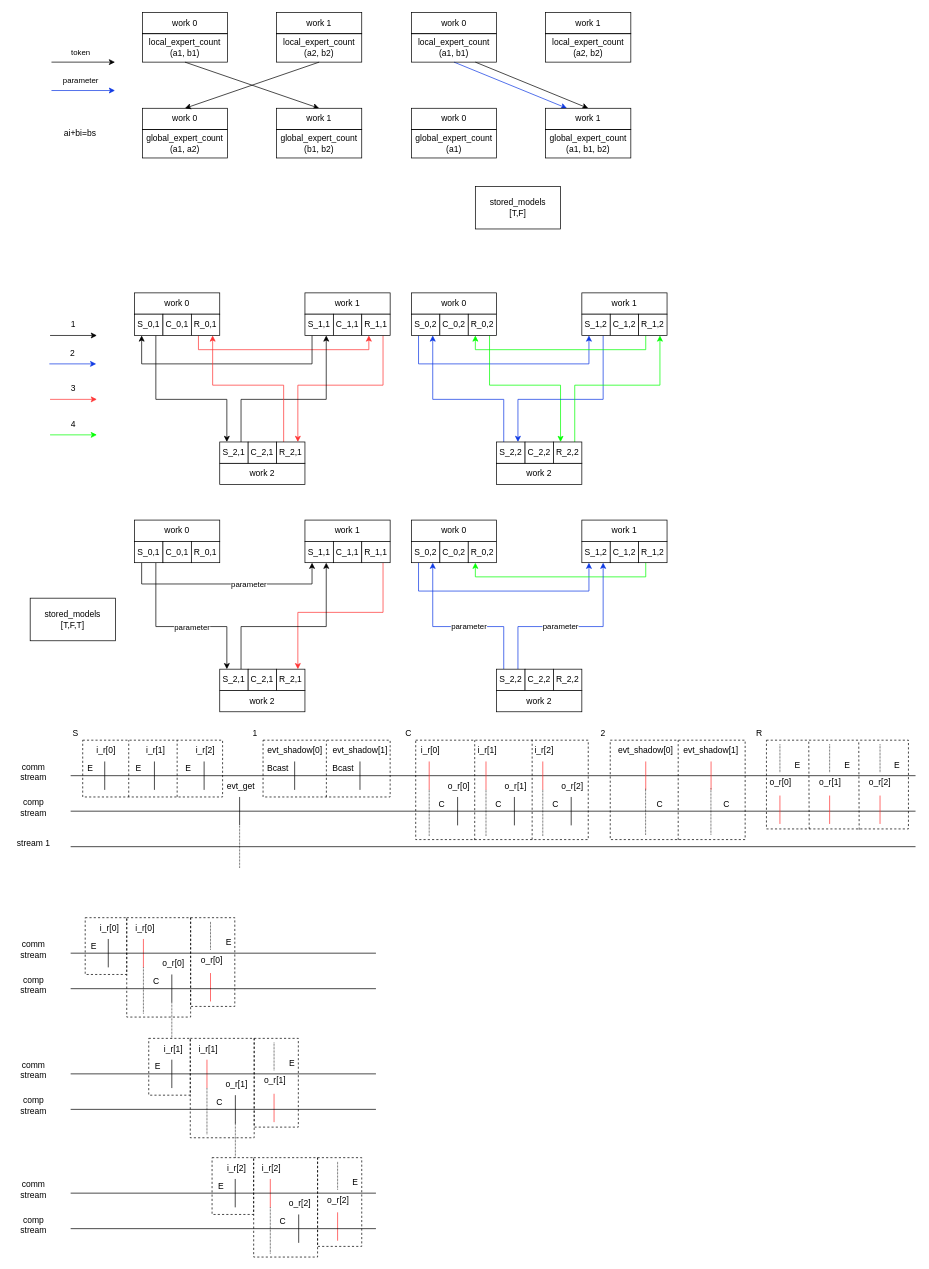
The draw.io diagram page "第 3 页" (3 of 3) of Untitled Diagram.drawio in htliang25/picture, before the edit. Source tidied: cells renumbered, new cells numbered last; positions are measured from the earlier drawing's top-left corner, leaving out a move shared by most shapes. Both pictures are drawn from the tidied source at 71%, with x=0, y=0 at pixel (12, 12).
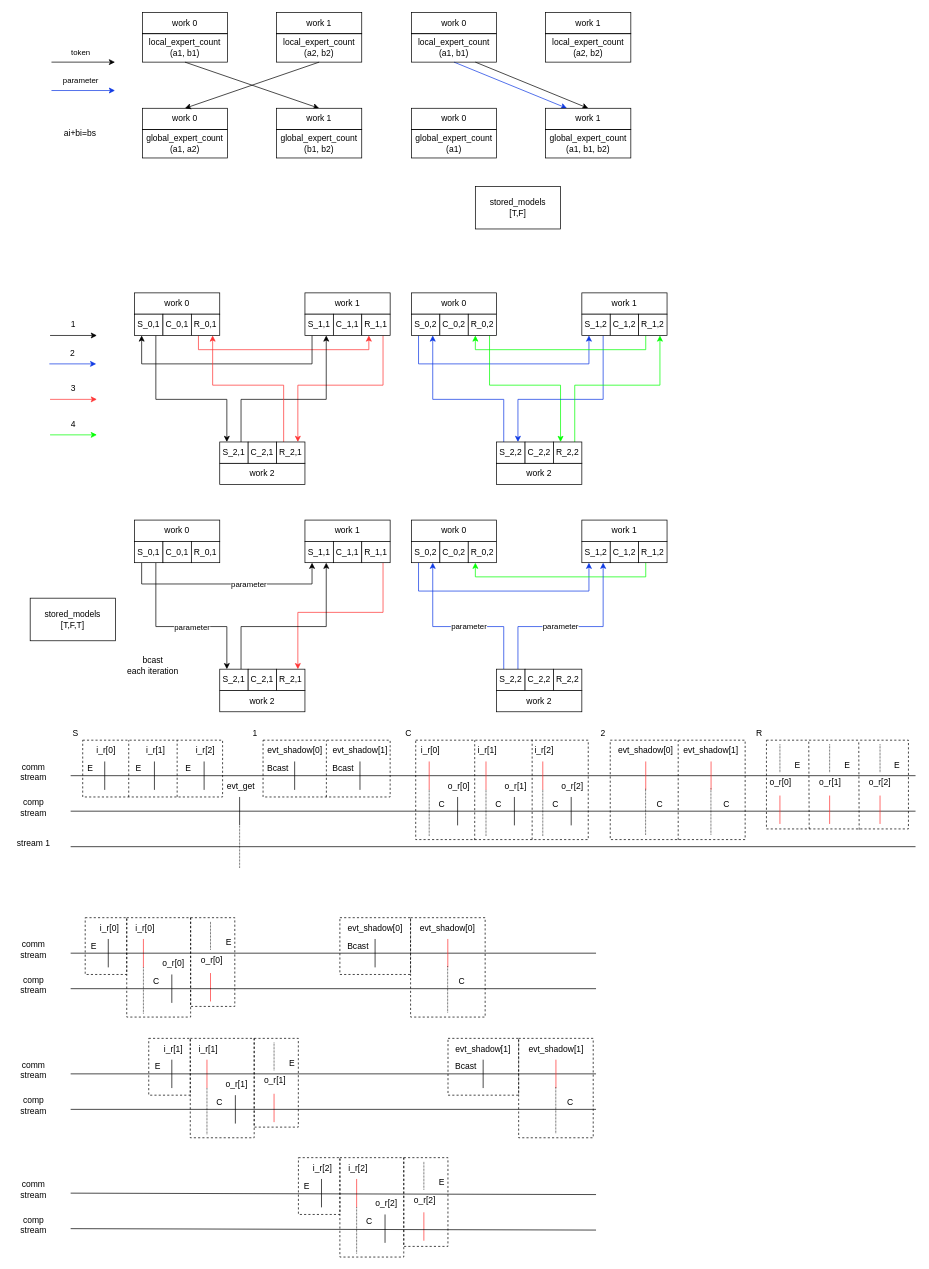
The same diagram, later.

What changed in the source:
```diff
@@
+    <mxCell id="250" style="rounded=0;whiteSpace=wrap;html=1;labelBackgroundColor=none;fillColor=none;dashed=1;" parent="1" vertex="1">
+      <mxGeometry x="713" y="1445" width="105" height="140" as="geometry" />
+    </mxCell>
+    <mxCell id="251" style="rounded=0;whiteSpace=wrap;html=1;labelBackgroundColor=none;fillColor=none;dashed=1;" parent="1" vertex="1">
+      <mxGeometry x="613.5" y="1445" width="99.5" height="80" as="geometry" />
+    </mxCell>
+    <mxCell id="179" style="rounded=0;whiteSpace=wrap;html=1;labelBackgroundColor=none;fillColor=none;dashed=1;" parent="1" vertex="1">
+      <mxGeometry x="842" y="1025" width="190" height="140" as="geometry" />
+    </mxCell>
+    <mxCell id="177" style="rounded=0;whiteSpace=wrap;html=1;labelBackgroundColor=none;fillColor=none;dashed=1;" parent="1" vertex="1">
+      <mxGeometry x="353" y="1025" width="179" height="80" as="geometry" />
+    </mxCell>
@@
-    <mxCell id="177" style="rounded=0;whiteSpace=wrap;html=1;labelBackgroundColor=none;fillColor=none;dashed=1;" parent="1" vertex="1">
-      <mxGeometry x="353" y="1025" width="179" height="80" as="geometry" />
-    </mxCell>
@@
-    <mxCell id="179" style="rounded=0;whiteSpace=wrap;html=1;labelBackgroundColor=none;fillColor=none;dashed=1;" parent="1" vertex="1">
-      <mxGeometry x="842" y="1025" width="190" height="140" as="geometry" />
-    </mxCell>
@@
     <mxCell id="220" style="rounded=0;whiteSpace=wrap;html=1;labelBackgroundColor=none;fillColor=none;dashed=1;" parent="1" vertex="1">
-      <mxGeometry x="339.8" y="1613" width="90" height="140" as="geometry" />
+      <mxGeometry x="461.2" y="1613" width="90" height="140" as="geometry" />
     </mxCell>
     <mxCell id="221" style="rounded=0;whiteSpace=wrap;html=1;labelBackgroundColor=none;fillColor=none;dashed=1;" parent="1" vertex="1">
-      <mxGeometry x="281.2" y="1613" width="58.5" height="80" as="geometry" />
+      <mxGeometry x="402.8" y="1613" width="58.5" height="80" as="geometry" />
     </mxCell>
     <mxCell id="222" style="endArrow=none;html=1;rounded=0;strokeColor=#000000;" parent="1" edge="1">
       <mxGeometry relative="1" as="geometry">
-        <mxPoint x="313.8" y="1683" as="sourcePoint" />
-        <mxPoint x="313.8" y="1643" as="targetPoint" />
+        <mxPoint x="435.3" y="1683" as="sourcePoint" />
+        <mxPoint x="435.3" y="1643" as="targetPoint" />
       </mxGeometry>
     </mxCell>
     <mxCell id="223" value="i_r[2]" style="text;html=1;strokeColor=none;fillColor=none;align=center;verticalAlign=middle;whiteSpace=wrap;rounded=0;labelBackgroundColor=none;" parent="1" vertex="1">
-      <mxGeometry x="285.8" y="1613" width="60" height="30" as="geometry" />
+      <mxGeometry x="407.2" y="1613" width="60" height="30" as="geometry" />
     </mxCell>
     <mxCell id="224" value="E" style="text;html=1;strokeColor=none;fillColor=none;align=center;verticalAlign=middle;whiteSpace=wrap;rounded=0;labelBackgroundColor=none;" parent="1" vertex="1">
-      <mxGeometry x="287.8" y="1643" width="12" height="20" as="geometry" />
+      <mxGeometry x="409.2" y="1643" width="12" height="20" as="geometry" />
     </mxCell>
     <mxCell id="225" style="endArrow=none;html=1;rounded=0;strokeColor=#000000;" parent="1" edge="1">
       <mxGeometry relative="1" as="geometry">
-        <mxPoint x="403.2" y="1733" as="sourcePoint" />
-        <mxPoint x="403.2" y="1693" as="targetPoint" />
+        <mxPoint x="524.8" y="1733" as="sourcePoint" />
+        <mxPoint x="524.8" y="1693" as="targetPoint" />
       </mxGeometry>
     </mxCell>
     <mxCell id="226" value="o_r[2]" style="text;html=1;strokeColor=none;fillColor=none;align=center;verticalAlign=middle;whiteSpace=wrap;rounded=0;labelBackgroundColor=none;" parent="1" vertex="1">
-      <mxGeometry x="375.2" y="1663" width="60" height="30" as="geometry" />
+      <mxGeometry x="496.8" y="1663" width="60" height="30" as="geometry" />
     </mxCell>
     <mxCell id="227" style="endArrow=none;html=1;rounded=0;strokeColor=#FF3333;" parent="1" edge="1">
       <mxGeometry relative="1" as="geometry">
-        <mxPoint x="363.2" y="1683" as="sourcePoint" />
-        <mxPoint x="363.2" y="1643" as="targetPoint" />
+        <mxPoint x="484.8" y="1683" as="sourcePoint" />
+        <mxPoint x="484.8" y="1643" as="targetPoint" />
       </mxGeometry>
     </mxCell>
     <mxCell id="228" value="i_r[2]" style="text;html=1;strokeColor=none;fillColor=none;align=center;verticalAlign=middle;whiteSpace=wrap;rounded=0;labelBackgroundColor=none;" parent="1" vertex="1">
-      <mxGeometry x="335.2" y="1613" width="60" height="30" as="geometry" />
+      <mxGeometry x="456.8" y="1613" width="60" height="30" as="geometry" />
     </mxCell>
     <mxCell id="229" value="C" style="text;html=1;strokeColor=none;fillColor=none;align=center;verticalAlign=middle;whiteSpace=wrap;rounded=0;labelBackgroundColor=none;" parent="1" vertex="1">
-      <mxGeometry x="375.2" y="1693" width="12" height="20" as="geometry" />
+      <mxGeometry x="496.8" y="1693" width="12" height="20" as="geometry" />
     </mxCell>
     <mxCell id="230" style="endArrow=none;dashed=1;html=1;rounded=0;strokeColor=#000000;dashPattern=1 1;" parent="1" edge="1">
       <mxGeometry relative="1" as="geometry">
-        <mxPoint x="363.2" y="1748" as="sourcePoint" />
-        <mxPoint x="363.2" y="1683" as="targetPoint" />
+        <mxPoint x="484.8" y="1748" as="sourcePoint" />
+        <mxPoint x="484.8" y="1683" as="targetPoint" />
       </mxGeometry>
     </mxCell>
     <mxCell id="231" style="rounded=0;whiteSpace=wrap;html=1;labelBackgroundColor=none;fillColor=none;dashed=1;" parent="1" vertex="1">
-      <mxGeometry x="429.8" y="1613" width="62.2" height="125" as="geometry" />
+      <mxGeometry x="551.2" y="1613" width="62.2" height="125" as="geometry" />
     </mxCell>
     <mxCell id="232" style="endArrow=none;html=1;rounded=0;strokeColor=#FF3333;" parent="1" edge="1">
       <mxGeometry relative="1" as="geometry">
-        <mxPoint x="458" y="1730" as="sourcePoint" />
-        <mxPoint x="458" y="1690" as="targetPoint" />
+        <mxPoint x="579.5" y="1730" as="sourcePoint" />
+        <mxPoint x="579.5" y="1690" as="targetPoint" />
       </mxGeometry>
     </mxCell>
     <mxCell id="233" value="o_r[2]" style="text;html=1;strokeColor=none;fillColor=none;align=center;verticalAlign=middle;whiteSpace=wrap;rounded=0;labelBackgroundColor=none;" parent="1" vertex="1">
-      <mxGeometry x="429.2" y="1658" width="60" height="30" as="geometry" />
+      <mxGeometry x="550.8" y="1658" width="60" height="30" as="geometry" />
     </mxCell>
     <mxCell id="234" style="endArrow=none;dashed=1;html=1;rounded=0;strokeColor=#000000;dashPattern=1 1;" parent="1" edge="1">
       <mxGeometry relative="1" as="geometry">
-        <mxPoint x="458" y="1658" as="sourcePoint" />
-        <mxPoint x="458" y="1618" as="targetPoint" />
+        <mxPoint x="579.5" y="1658" as="sourcePoint" />
+        <mxPoint x="579.5" y="1618" as="targetPoint" />
       </mxGeometry>
     </mxCell>
     <mxCell id="235" value="E" style="text;html=1;strokeColor=none;fillColor=none;align=center;verticalAlign=middle;whiteSpace=wrap;rounded=0;labelBackgroundColor=none;" parent="1" vertex="1">
-      <mxGeometry x="477.2" y="1638" width="12" height="20" as="geometry" />
+      <mxGeometry x="598.8" y="1638" width="12" height="20" as="geometry" />
     </mxCell>
     <mxCell id="236" style="endArrow=none;html=1;rounded=0;strokeColor=#000000;" parent="1" edge="1">
       <mxGeometry relative="1" as="geometry">
         <mxPoint x="82" y="1325" as="sourcePoint" />
-        <mxPoint x="512" y="1325" as="targetPoint" />
+        <mxPoint x="822" y="1325" as="targetPoint" />
       </mxGeometry>
     </mxCell>
@@
     <mxCell id="238" style="endArrow=none;html=1;rounded=0;strokeColor=#000000;" parent="1" edge="1">
       <mxGeometry relative="1" as="geometry">
         <mxPoint x="82" y="1375" as="sourcePoint" />
-        <mxPoint x="512" y="1375" as="targetPoint" />
+        <mxPoint x="822" y="1375" as="targetPoint" />
       </mxGeometry>
     </mxCell>
@@
-    <mxCell id="240" style="endArrow=none;dashed=1;html=1;rounded=0;strokeColor=#000000;dashPattern=1 1;" parent="1" edge="1">
-      <mxGeometry relative="1" as="geometry">
-        <mxPoint x="224.5" y="1445" as="sourcePoint" />
-        <mxPoint x="224.5" y="1395" as="targetPoint" />
-      </mxGeometry>
-    </mxCell>
-    <mxCell id="241" style="endArrow=none;dashed=1;html=1;rounded=0;strokeColor=#000000;dashPattern=1 1;" parent="1" edge="1">
-      <mxGeometry relative="1" as="geometry">
-        <mxPoint x="314" y="1613" as="sourcePoint" />
-        <mxPoint x="314" y="1563" as="targetPoint" />
-      </mxGeometry>
-    </mxCell>
     <mxCell id="242" style="endArrow=none;html=1;rounded=0;strokeColor=#000000;" parent="1" edge="1">
       <mxGeometry relative="1" as="geometry">
         <mxPoint x="82" y="1495" as="sourcePoint" />
-        <mxPoint x="512" y="1495" as="targetPoint" />
+        <mxPoint x="822" y="1495" as="targetPoint" />
       </mxGeometry>
     </mxCell>
@@
     <mxCell id="244" style="endArrow=none;html=1;rounded=0;strokeColor=#000000;" parent="1" edge="1">
       <mxGeometry relative="1" as="geometry">
         <mxPoint x="82" y="1545" as="sourcePoint" />
-        <mxPoint x="512" y="1545" as="targetPoint" />
+        <mxPoint x="822" y="1545" as="targetPoint" />
       </mxGeometry>
     </mxCell>
@@
     <mxCell id="246" style="endArrow=none;html=1;rounded=0;strokeColor=#000000;" parent="1" edge="1">
       <mxGeometry relative="1" as="geometry">
         <mxPoint x="82" y="1663" as="sourcePoint" />
-        <mxPoint x="512" y="1663" as="targetPoint" />
+        <mxPoint x="822" y="1665" as="targetPoint" />
       </mxGeometry>
     </mxCell>
@@
     <mxCell id="248" style="endArrow=none;html=1;rounded=0;strokeColor=#000000;" parent="1" edge="1">
       <mxGeometry relative="1" as="geometry">
         <mxPoint x="82" y="1713" as="sourcePoint" />
-        <mxPoint x="512" y="1713" as="targetPoint" />
+        <mxPoint x="822" y="1715" as="targetPoint" />
       </mxGeometry>
     </mxCell>
@@
+    <mxCell id="252" style="endArrow=none;html=1;rounded=0;strokeColor=#000000;" parent="1" edge="1">
+      <mxGeometry relative="1" as="geometry">
+        <mxPoint x="510.8" y="1345" as="sourcePoint" />
+        <mxPoint x="510.8" y="1305" as="targetPoint" />
+      </mxGeometry>
+    </mxCell>
+    <mxCell id="253" value="evt_shadow[0]" style="text;html=1;strokeColor=none;fillColor=none;align=center;verticalAlign=middle;whiteSpace=wrap;rounded=0;labelBackgroundColor=none;" parent="1" vertex="1">
+      <mxGeometry x="470.8" y="1275" width="80" height="30" as="geometry" />
+    </mxCell>
+    <mxCell id="254" value="Bcast" style="text;html=1;strokeColor=none;fillColor=none;align=center;verticalAlign=middle;whiteSpace=wrap;rounded=0;labelBackgroundColor=none;" parent="1" vertex="1">
+      <mxGeometry x="470.8" y="1305" width="32" height="20" as="geometry" />
+    </mxCell>
+    <mxCell id="255" style="rounded=0;whiteSpace=wrap;html=1;labelBackgroundColor=none;fillColor=none;dashed=1;" parent="1" vertex="1">
+      <mxGeometry x="461.2" y="1275" width="99.5" height="80" as="geometry" />
+    </mxCell>
+    <mxCell id="256" style="endArrow=none;html=1;rounded=0;strokeColor=#FF3333;" parent="1" edge="1">
+      <mxGeometry relative="1" as="geometry">
+        <mxPoint x="613.2" y="1345" as="sourcePoint" />
+        <mxPoint x="613.2" y="1305" as="targetPoint" />
+      </mxGeometry>
+    </mxCell>
+    <mxCell id="257" value="evt_shadow[0]" style="text;html=1;strokeColor=none;fillColor=none;align=center;verticalAlign=middle;whiteSpace=wrap;rounded=0;labelBackgroundColor=none;" parent="1" vertex="1">
+      <mxGeometry x="573.2" y="1275" width="80" height="30" as="geometry" />
+    </mxCell>
+    <mxCell id="258" style="endArrow=none;dashed=1;html=1;rounded=0;strokeColor=#000000;dashPattern=1 1;" parent="1" edge="1">
+      <mxGeometry relative="1" as="geometry">
+        <mxPoint x="613" y="1408.5" as="sourcePoint" />
+        <mxPoint x="613" y="1343.5" as="targetPoint" />
+      </mxGeometry>
+    </mxCell>
+    <mxCell id="259" value="C" style="text;html=1;strokeColor=none;fillColor=none;align=center;verticalAlign=middle;whiteSpace=wrap;rounded=0;labelBackgroundColor=none;" parent="1" vertex="1">
+      <mxGeometry x="627.2" y="1355" width="12" height="20" as="geometry" />
+    </mxCell>
+    <mxCell id="260" style="rounded=0;whiteSpace=wrap;html=1;labelBackgroundColor=none;fillColor=none;dashed=1;" parent="1" vertex="1">
+      <mxGeometry x="560.8" y="1275" width="105" height="140" as="geometry" />
+    </mxCell>
+    <mxCell id="261" style="endArrow=none;html=1;rounded=0;strokeColor=#000000;" parent="1" edge="1">
+      <mxGeometry relative="1" as="geometry">
+        <mxPoint x="663" y="1515" as="sourcePoint" />
+        <mxPoint x="663" y="1475" as="targetPoint" />
+      </mxGeometry>
+    </mxCell>
+    <mxCell id="262" value="evt_shadow[1]" style="text;html=1;strokeColor=none;fillColor=none;align=center;verticalAlign=middle;whiteSpace=wrap;rounded=0;labelBackgroundColor=none;" parent="1" vertex="1">
+      <mxGeometry x="623" y="1445" width="80" height="30" as="geometry" />
+    </mxCell>
+    <mxCell id="263" value="Bcast" style="text;html=1;strokeColor=none;fillColor=none;align=center;verticalAlign=middle;whiteSpace=wrap;rounded=0;labelBackgroundColor=none;" parent="1" vertex="1">
+      <mxGeometry x="623" y="1475" width="32" height="20" as="geometry" />
+    </mxCell>
+    <mxCell id="264" style="endArrow=none;html=1;rounded=0;strokeColor=#FF3333;" parent="1" edge="1">
+      <mxGeometry relative="1" as="geometry">
+        <mxPoint x="765.5" y="1515" as="sourcePoint" />
+        <mxPoint x="765.5" y="1475" as="targetPoint" />
+      </mxGeometry>
+    </mxCell>
+    <mxCell id="265" value="evt_shadow[1]" style="text;html=1;strokeColor=none;fillColor=none;align=center;verticalAlign=middle;whiteSpace=wrap;rounded=0;labelBackgroundColor=none;" parent="1" vertex="1">
+      <mxGeometry x="725.5" y="1445" width="80" height="30" as="geometry" />
+    </mxCell>
+    <mxCell id="266" style="endArrow=none;dashed=1;html=1;rounded=0;strokeColor=#000000;dashPattern=1 1;" parent="1" edge="1">
+      <mxGeometry relative="1" as="geometry">
+        <mxPoint x="765.3" y="1578.5" as="sourcePoint" />
+        <mxPoint x="765.3" y="1513.5" as="targetPoint" />
+      </mxGeometry>
+    </mxCell>
+    <mxCell id="267" value="C" style="text;html=1;strokeColor=none;fillColor=none;align=center;verticalAlign=middle;whiteSpace=wrap;rounded=0;labelBackgroundColor=none;" parent="1" vertex="1">
+      <mxGeometry x="779.5" y="1525" width="12" height="20" as="geometry" />
+    </mxCell>
+    <mxCell id="268" value="bcast&lt;br&gt;each iteration" style="text;html=1;strokeColor=none;fillColor=none;align=center;verticalAlign=middle;whiteSpace=wrap;rounded=0;" parent="1" vertex="1">
+      <mxGeometry x="157.5" y="905" width="80" height="30" as="geometry" />
+    </mxCell>
```
